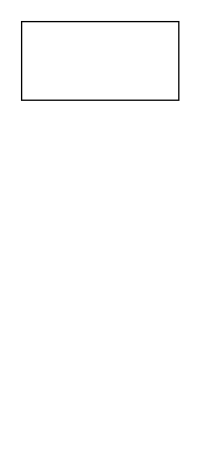
Before: 未命名绘图.drawio in cuhk-haosun/code-pub-seqware-BWA-workflow, a draw.io diagram. Source tidied: cells renumbered, new cells numbered last; positions are measured from the earlier drawing's top-left corner, leaving out a move shared by most shapes. Both pictures are drawn from the tidied source at 131%, with x=0, y=0 at pixel (21, 21).
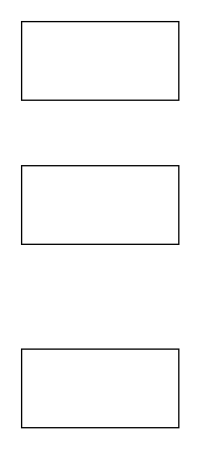
After the change.

Commit message:
未命名绘图.drawio

Change to the diagram source:
```diff
@@
 <mxGraphModel>
   <root>
     <mxCell id="0" />
     <mxCell id="1" parent="0" />
     <mxCell id="2" style="rounded=0;whiteSpace=wrap;html=1;" parent="1" vertex="1">
       <mxGeometry width="120" height="60" as="geometry" />
     </mxCell>
+    <mxCell id="3" style="rounded=0;whiteSpace=wrap;html=1;" parent="1" vertex="1">
+      <mxGeometry y="110" width="120" height="60" as="geometry" />
+    </mxCell>
+    <mxCell id="4" style="rounded=0;whiteSpace=wrap;html=1;" parent="1" vertex="1">
+      <mxGeometry y="250" width="120" height="60" as="geometry" />
+    </mxCell>
   </root>
 </mxGraphModel>
```
